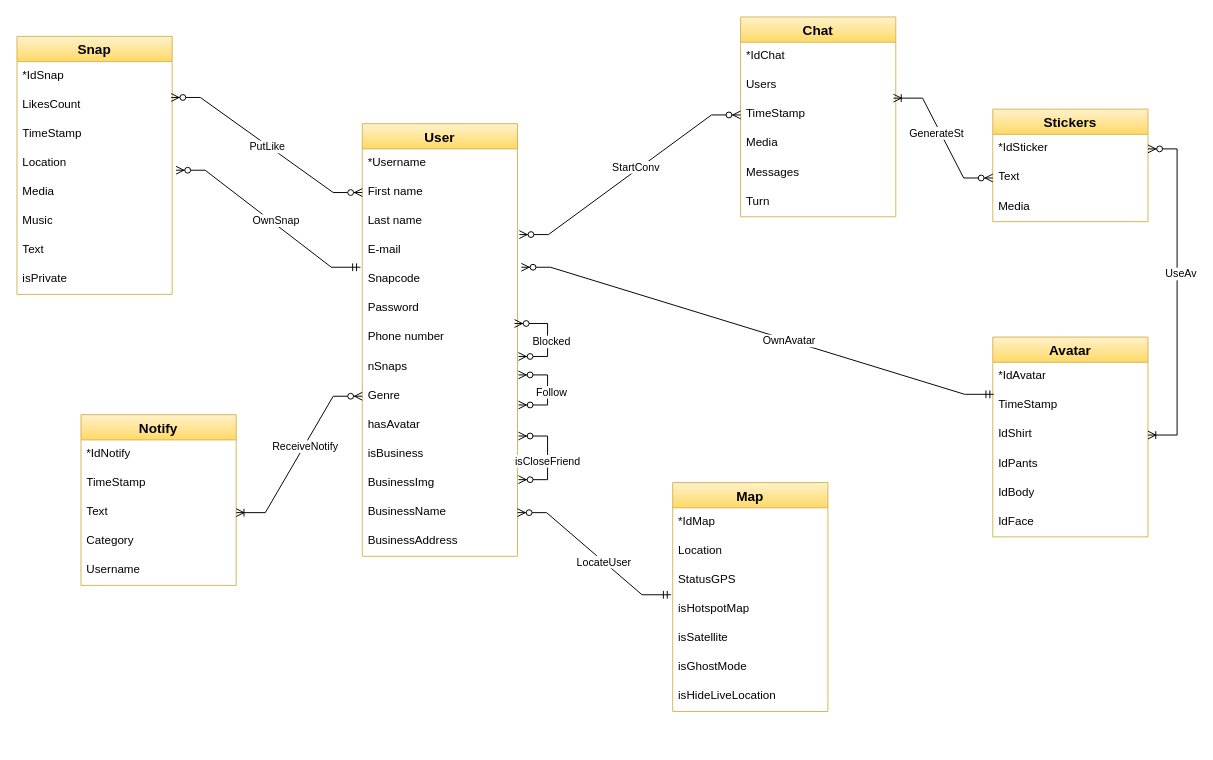
Before: nuovo-schema-ER.drawio in Antonet99/noSQL-Snapchat, a draw.io diagram. Source tidied: cells renumbered, new cells numbered last; positions are measured from the earlier drawing's top-left corner, leaving out a move shared by most shapes. Both pictures are drawn from the tidied source at 97%, with x=0, y=0 at pixel (16, 16).
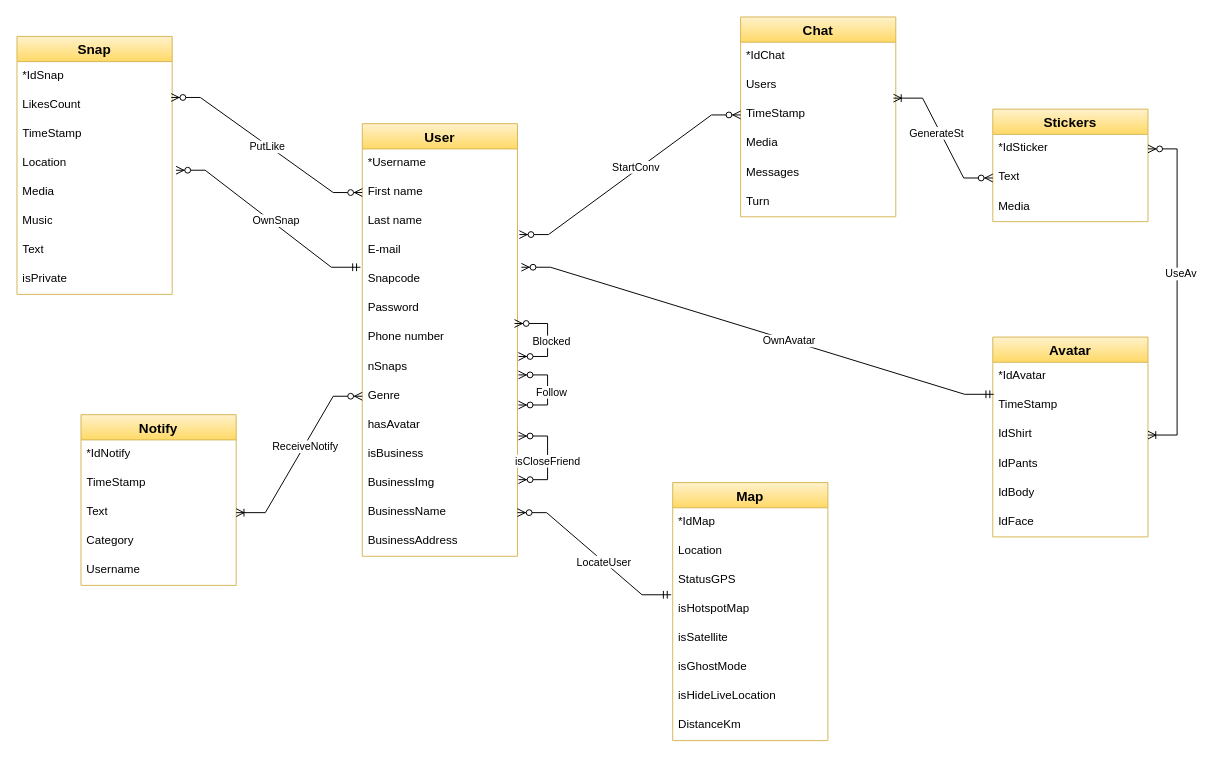
The same diagram, later.

What changed in the source:
```diff
@@
     <mxCell id="17" value="Map" style="swimlane;fontStyle=1;horizontal=1;startSize=26;align=center;fontSize=14;fillColor=#fff2cc;strokeColor=#d6b656;gradientColor=#ffd966;" parent="1" vertex="1">
-      <mxGeometry x="676" y="480" width="160" height="236" as="geometry" />
+      <mxGeometry x="676" y="480" width="160" height="266" as="geometry" />
     </mxCell>
@@
+    <mxCell id="80" value="DistanceKm" style="text;strokeColor=none;fillColor=none;spacingLeft=4;spacingRight=4;overflow=hidden;fontSize=12;whiteSpace=wrap;html=1;" parent="17" vertex="1">
+      <mxGeometry y="236" width="160" height="30" as="geometry" />
+    </mxCell>
```
